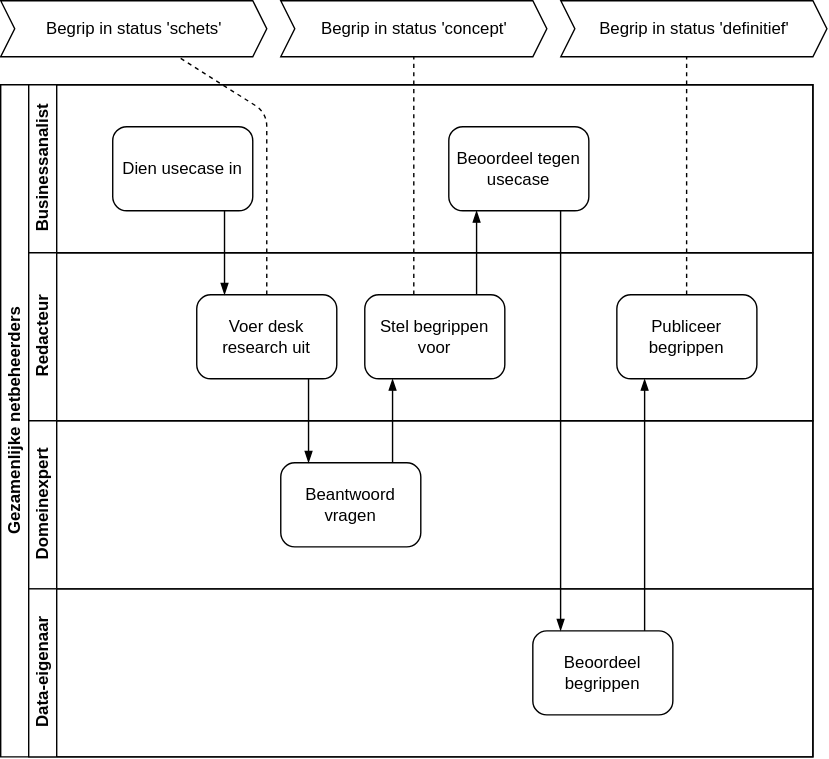
Netbeheer-Nederland/energiesysteembeheer keeps this draw.io diagram as docs/assets/images/proces.drawio.svg. Above is the earlier version. Source tidied: cells renumbered, new cells last; positions are measured from the earlier drawing's top-left corner, leaving out a move shared by most shapes. The source it was exported from:
```xml
<mxGraphModel>
  <root>
    <mxCell id="0" />
    <mxCell id="1" parent="0" />
    <mxCell id="2" style="endArrow=none;dashed=1;html=1;edgeStyle=elbowEdgeStyle;" parent="1" edge="1" source="12" target="25">
      <mxGeometry relative="1" as="geometry" />
    </mxCell>
    <mxCell id="3" style="endArrow=none;dashed=1;html=1;edgeStyle=elbowEdgeStyle;" parent="1" edge="1" source="11" target="24">
      <mxGeometry relative="1" as="geometry">
        <Array as="points">
          <mxPoint x="295" y="130" />
        </Array>
      </mxGeometry>
    </mxCell>
    <mxCell id="4" style="endArrow=none;dashed=1;html=1;" parent="1" edge="1" source="10" target="23">
      <mxGeometry relative="1" as="geometry">
        <Array as="points">
          <mxPoint x="190" y="80" />
        </Array>
      </mxGeometry>
    </mxCell>
    <mxCell id="5" value="Gezamenlijke netbeheerders" style="swimlane;html=1;horizontal=0;startSize=20;whiteSpace=wrap;" parent="1" vertex="1">
      <mxGeometry y="60" width="580" height="480" as="geometry" />
    </mxCell>
    <mxCell id="6" value="Businessanalist" style="swimlane;html=1;startSize=20;horizontal=0;" parent="5" vertex="1">
      <mxGeometry x="20" width="560" height="120" as="geometry" />
    </mxCell>
    <mxCell id="7" value="Dien usecase in" style="points=[[0.25,0,0],[0.5,0,0],[0.75,0,0],[1,0.25,0],[1,0.5,0],[1,0.75,0],[0.75,1,0],[0.5,1,0],[0.25,1,0],[0,0.75,0],[0,0.5,0],[0,0.25,0]];shape=mxgraph.bpmn.task;whiteSpace=wrap;rectStyle=rounded;size=10;html=1;taskMarker=abstract;spacing=5;" parent="6" vertex="1">
      <mxGeometry x="60" y="30" width="100" height="60" as="geometry" />
    </mxCell>
    <mxCell id="8" value="Beoordeel tegen usecase" style="points=[[0.25,0,0],[0.5,0,0],[0.75,0,0],[1,0.25,0],[1,0.5,0],[1,0.75,0],[0.75,1,0],[0.5,1,0],[0.25,1,0],[0,0.75,0],[0,0.5,0],[0,0.25,0]];shape=mxgraph.bpmn.task;whiteSpace=wrap;rectStyle=rounded;size=10;html=1;taskMarker=abstract;spacing=5;" parent="6" vertex="1">
      <mxGeometry x="300" y="30" width="100" height="60" as="geometry" />
    </mxCell>
    <mxCell id="9" value="Redacteur" style="swimlane;html=1;startSize=20;horizontal=0;" parent="5" vertex="1">
      <mxGeometry x="20" y="120" width="560" height="120" as="geometry" />
    </mxCell>
    <mxCell id="10" value="Voer desk research uit" style="points=[[0.25,0,0],[0.5,0,0],[0.75,0,0],[1,0.25,0],[1,0.5,0],[1,0.75,0],[0.75,1,0],[0.5,1,0],[0.25,1,0],[0,0.75,0],[0,0.5,0],[0,0.25,0]];shape=mxgraph.bpmn.task;whiteSpace=wrap;rectStyle=rounded;size=10;html=1;taskMarker=abstract;spacing=5;" parent="9" vertex="1">
      <mxGeometry x="120" y="30" width="100" height="60" as="geometry" />
    </mxCell>
    <mxCell id="11" value="Stel begrippen voor" style="points=[[0.25,0,0],[0.5,0,0],[0.75,0,0],[1,0.25,0],[1,0.5,0],[1,0.75,0],[0.75,1,0],[0.5,1,0],[0.25,1,0],[0,0.75,0],[0,0.5,0],[0,0.25,0]];shape=mxgraph.bpmn.task;whiteSpace=wrap;rectStyle=rounded;size=10;html=1;taskMarker=abstract;spacing=5;" parent="9" vertex="1">
      <mxGeometry x="240" y="30" width="100" height="60" as="geometry" />
    </mxCell>
    <mxCell id="12" value="Publiceer begrippen" style="points=[[0.25,0,0],[0.5,0,0],[0.75,0,0],[1,0.25,0],[1,0.5,0],[1,0.75,0],[0.75,1,0],[0.5,1,0],[0.25,1,0],[0,0.75,0],[0,0.5,0],[0,0.25,0]];shape=mxgraph.bpmn.task;whiteSpace=wrap;rectStyle=rounded;size=10;html=1;taskMarker=abstract;spacing=5;" parent="9" vertex="1">
      <mxGeometry x="420" y="30" width="100" height="60" as="geometry" />
    </mxCell>
    <mxCell id="13" value="Domeinexpert" style="swimlane;html=1;startSize=20;horizontal=0;" parent="5" vertex="1">
      <mxGeometry x="20" y="240" width="560" height="120" as="geometry" />
    </mxCell>
    <mxCell id="14" value="Beantwoord vragen" style="points=[[0.25,0,0],[0.5,0,0],[0.75,0,0],[1,0.25,0],[1,0.5,0],[1,0.75,0],[0.75,1,0],[0.5,1,0],[0.25,1,0],[0,0.75,0],[0,0.5,0],[0,0.25,0]];shape=mxgraph.bpmn.task;whiteSpace=wrap;rectStyle=rounded;size=10;html=1;taskMarker=abstract;spacing=5;" parent="13" vertex="1">
      <mxGeometry x="180" y="30" width="100" height="60" as="geometry" />
    </mxCell>
    <mxCell id="15" value="Data-eigenaar" style="swimlane;html=1;startSize=20;horizontal=0;" parent="5" vertex="1">
      <mxGeometry x="20" y="360" width="560" height="120" as="geometry" />
    </mxCell>
    <mxCell id="16" value="Beoordeel begrippen" style="points=[[0.25,0,0],[0.5,0,0],[0.75,0,0],[1,0.25,0],[1,0.5,0],[1,0.75,0],[0.75,1,0],[0.5,1,0],[0.25,1,0],[0,0.75,0],[0,0.5,0],[0,0.25,0]];shape=mxgraph.bpmn.task;whiteSpace=wrap;rectStyle=rounded;size=10;html=1;taskMarker=abstract;spacing=5;" parent="15" vertex="1">
      <mxGeometry x="360" y="30" width="100" height="60" as="geometry" />
    </mxCell>
    <mxCell id="17" style="edgeStyle=elbowEdgeStyle;fontSize=12;html=1;endArrow=blockThin;endFill=1;" parent="5" edge="1" source="7" target="10">
      <mxGeometry relative="1" as="geometry" />
    </mxCell>
    <mxCell id="18" style="edgeStyle=elbowEdgeStyle;fontSize=12;html=1;endArrow=blockThin;endFill=1;" parent="5" edge="1" source="10" target="14">
      <mxGeometry relative="1" as="geometry" />
    </mxCell>
    <mxCell id="19" style="edgeStyle=elbowEdgeStyle;fontSize=12;html=1;endArrow=blockThin;endFill=1;" parent="5" edge="1" source="14" target="11">
      <mxGeometry relative="1" as="geometry" />
    </mxCell>
    <mxCell id="20" style="edgeStyle=elbowEdgeStyle;fontSize=12;html=1;endArrow=blockThin;endFill=1;" parent="5" edge="1" source="11" target="8">
      <mxGeometry relative="1" as="geometry" />
    </mxCell>
    <mxCell id="21" style="edgeStyle=elbowEdgeStyle;fontSize=12;html=1;endArrow=blockThin;endFill=1;" parent="5" edge="1" source="8" target="16">
      <mxGeometry relative="1" as="geometry" />
    </mxCell>
    <mxCell id="22" style="edgeStyle=elbowEdgeStyle;fontSize=12;html=1;endArrow=blockThin;endFill=1;" parent="5" edge="1" source="16" target="12">
      <mxGeometry relative="1" as="geometry" />
    </mxCell>
    <mxCell id="23" value="Begrip in status 'schets'" style="html=1;shadow=0;dashed=0;align=center;verticalAlign=middle;shape=mxgraph.arrows2.arrow;dy=0;dx=10;notch=10;" parent="1" vertex="1">
      <mxGeometry width="190" height="40" as="geometry" />
    </mxCell>
    <mxCell id="24" value="Begrip in status 'concept'" style="html=1;shadow=0;dashed=0;align=center;verticalAlign=middle;shape=mxgraph.arrows2.arrow;dy=0;dx=10;notch=10;" parent="1" vertex="1">
      <mxGeometry x="200" width="190" height="40" as="geometry" />
    </mxCell>
    <mxCell id="25" value="Begrip in status 'definitief'" style="html=1;shadow=0;dashed=0;align=center;verticalAlign=middle;shape=mxgraph.arrows2.arrow;dy=0;dx=10;notch=10;" parent="1" vertex="1">
      <mxGeometry x="400" width="190" height="40" as="geometry" />
    </mxCell>
  </root>
</mxGraphModel>
```
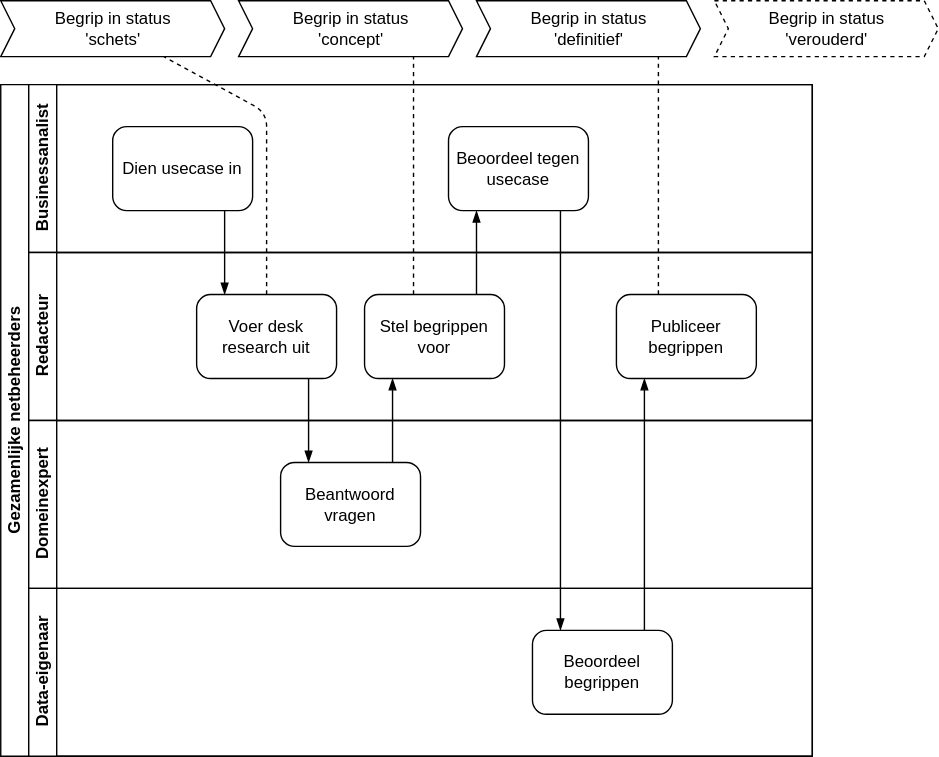
After the commit.

Change to the diagram source:
```diff
@@ -6,11 +6,7 @@
       <mxGeometry relative="1" as="geometry" />
     </mxCell>
     <mxCell id="3" style="endArrow=none;dashed=1;html=1;edgeStyle=elbowEdgeStyle;" parent="1" edge="1" source="11" target="24">
-      <mxGeometry relative="1" as="geometry">
-        <Array as="points">
-          <mxPoint x="295" y="130" />
-        </Array>
-      </mxGeometry>
+      <mxGeometry relative="1" as="geometry" />
     </mxCell>
     <mxCell id="4" style="endArrow=none;dashed=1;html=1;" parent="1" edge="1" source="10" target="23">
       <mxGeometry relative="1" as="geometry">
@@ -73,14 +69,17 @@
     <mxCell id="22" style="edgeStyle=elbowEdgeStyle;fontSize=12;html=1;endArrow=blockThin;endFill=1;" parent="5" edge="1" source="16" target="12">
       <mxGeometry relative="1" as="geometry" />
     </mxCell>
-    <mxCell id="23" value="Begrip in status 'schets'" style="html=1;shadow=0;dashed=0;align=center;verticalAlign=middle;shape=mxgraph.arrows2.arrow;dy=0;dx=10;notch=10;" parent="1" vertex="1">
-      <mxGeometry width="190" height="40" as="geometry" />
+    <mxCell id="23" value="Begrip in status&lt;div&gt;'schets'&lt;/div&gt;" style="html=1;shadow=0;dashed=0;align=center;verticalAlign=middle;shape=mxgraph.arrows2.arrow;dy=0;dx=10;notch=10;" parent="1" vertex="1">
+      <mxGeometry width="160" height="40" as="geometry" />
     </mxCell>
-    <mxCell id="24" value="Begrip in status 'concept'" style="html=1;shadow=0;dashed=0;align=center;verticalAlign=middle;shape=mxgraph.arrows2.arrow;dy=0;dx=10;notch=10;" parent="1" vertex="1">
-      <mxGeometry x="200" width="190" height="40" as="geometry" />
+    <mxCell id="24" value="Begrip in status&lt;div&gt;'concept'&lt;/div&gt;" style="html=1;shadow=0;dashed=0;align=center;verticalAlign=middle;shape=mxgraph.arrows2.arrow;dy=0;dx=10;notch=10;" parent="1" vertex="1">
+      <mxGeometry x="170" width="160" height="40" as="geometry" />
     </mxCell>
-    <mxCell id="25" value="Begrip in status 'definitief'" style="html=1;shadow=0;dashed=0;align=center;verticalAlign=middle;shape=mxgraph.arrows2.arrow;dy=0;dx=10;notch=10;" parent="1" vertex="1">
-      <mxGeometry x="400" width="190" height="40" as="geometry" />
+    <mxCell id="25" value="Begrip in status&lt;div&gt;'definitief'&lt;/div&gt;" style="html=1;shadow=0;dashed=0;align=center;verticalAlign=middle;shape=mxgraph.arrows2.arrow;dy=0;dx=10;notch=10;" parent="1" vertex="1">
+      <mxGeometry x="340" width="160" height="40" as="geometry" />
     </mxCell>
+    <mxCell id="26" value="Begrip in status&lt;div&gt;'verouderd'&lt;/div&gt;" style="html=1;shadow=0;dashed=1;align=center;verticalAlign=middle;shape=mxgraph.arrows2.arrow;dy=0;dx=10;notch=10;" parent="1" vertex="1">
+      <mxGeometry x="510" width="160" height="40" as="geometry" />
+    </mxCell>
   </root>
 </mxGraphModel>
```
